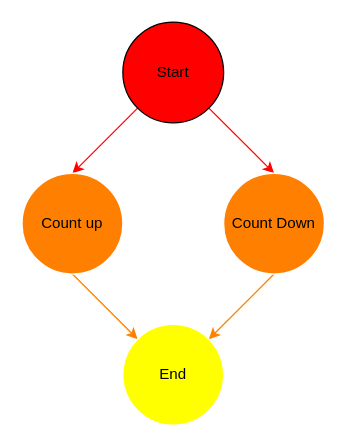
Before: 1/AOV.drawio in gordonpow/lab_hardware_test, a draw.io diagram. Source tidied: cells renumbered, new cells numbered last; positions are measured from the earlier drawing's top-left corner, leaving out a move shared by most shapes. Both pictures are drawn from the tidied source at 126%, with x=0, y=0 at pixel (21, 21).
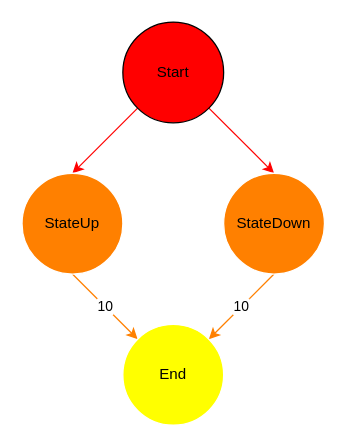
Above is the later version.

The edit, as a diff of the source:
```diff
@@
 <mxGraphModel>
   <root>
     <mxCell id="0" />
     <mxCell id="1" parent="0" />
     <mxCell id="2" style="edgeStyle=none;html=1;exitX=0;exitY=1;exitDx=0;exitDy=0;entryX=0.5;entryY=0;entryDx=0;entryDy=0;fontColor=#FFFFFF;strokeColor=#FF0000;" parent="1" edge="1" source="4" target="6">
       <mxGeometry relative="1" as="geometry" />
     </mxCell>
     <mxCell id="3" style="edgeStyle=none;html=1;exitX=1;exitY=1;exitDx=0;exitDy=0;entryX=0.5;entryY=0;entryDx=0;entryDy=0;fontColor=#FFFFFF;strokeColor=#FF0000;" parent="1" edge="1" source="4" target="8">
       <mxGeometry relative="1" as="geometry" />
     </mxCell>
     <mxCell id="4" value="Start" style="ellipse;whiteSpace=wrap;html=1;fillColor=#FF0000;fontColor=#000000;" parent="1" vertex="1">
       <mxGeometry x="80" width="80" height="80" as="geometry" />
     </mxCell>
-    <mxCell id="5" style="edgeStyle=none;html=1;exitX=0.5;exitY=1;exitDx=0;exitDy=0;fontColor=#FFFFFF;strokeColor=#FF8000;" parent="1" edge="1" source="6" target="9">
+    <mxCell id="5" value="10" style="edgeStyle=none;html=1;exitX=0.5;exitY=1;exitDx=0;exitDy=0;fontColor=#000000;strokeColor=#FF8000;labelBackgroundColor=#FFFFFF;" parent="1" edge="1" source="6" target="9">
       <mxGeometry relative="1" as="geometry" />
     </mxCell>
-    <mxCell id="6" value="Count up" style="ellipse;whiteSpace=wrap;html=1;fontColor=#000000;strokeColor=#FFFFFF;fillColor=#FF8000;" parent="1" vertex="1">
+    <mxCell id="6" value="StateUp" style="ellipse;whiteSpace=wrap;html=1;fontColor=#000000;strokeColor=#FFFFFF;fillColor=#FF8000;" parent="1" vertex="1">
       <mxGeometry y="120" width="80" height="80" as="geometry" />
     </mxCell>
-    <mxCell id="7" style="edgeStyle=none;html=1;exitX=0.5;exitY=1;exitDx=0;exitDy=0;fontColor=#FFFFFF;strokeColor=#FF8000;" parent="1" edge="1" source="8" target="9">
+    <mxCell id="7" value="10" style="edgeStyle=none;html=1;exitX=0.5;exitY=1;exitDx=0;exitDy=0;fontColor=#000000;strokeColor=#FF8000;labelBackgroundColor=#FFFFFF;" parent="1" edge="1" source="8" target="9">
       <mxGeometry relative="1" as="geometry" />
     </mxCell>
-    <mxCell id="8" value="Count Down" style="ellipse;whiteSpace=wrap;html=1;fontColor=#000000;strokeColor=#FFFFFF;fillColor=#FF8000;" parent="1" vertex="1">
+    <mxCell id="8" value="StateDown" style="ellipse;whiteSpace=wrap;html=1;fontColor=#000000;strokeColor=#FFFFFF;fillColor=#FF8000;" parent="1" vertex="1">
       <mxGeometry x="160" y="120" width="80" height="80" as="geometry" />
     </mxCell>
     <mxCell id="9" value="End" style="ellipse;whiteSpace=wrap;html=1;fontColor=#000000;strokeColor=#FFFFFF;fillColor=#FFFF00;" parent="1" vertex="1">
       <mxGeometry x="80" y="240" width="80" height="80" as="geometry" />
     </mxCell>
   </root>
 </mxGraphModel>
```
